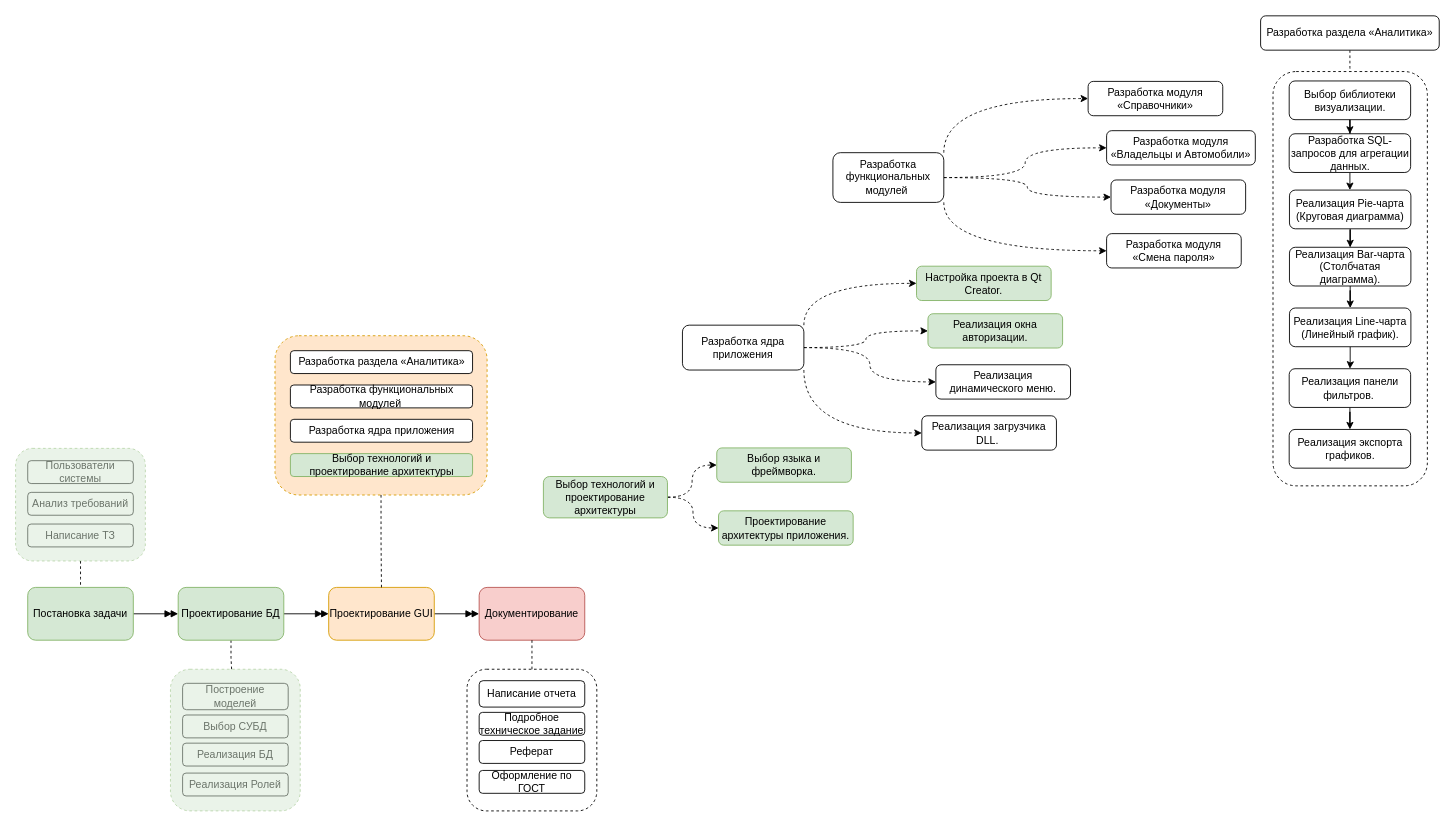
Above: page "БД_Курсовая" (6 of 8) of DB_diagramm.drawio in URETHZ/InfoService_gai (draw.io), before the change. Source tidied: cells renumbered, new cells numbered last; positions are measured from the earlier drawing's top-left corner, leaving out a move shared by most shapes. Both pictures are drawn from the tidied source at 88%, with x=0, y=0 at pixel (15, 15).
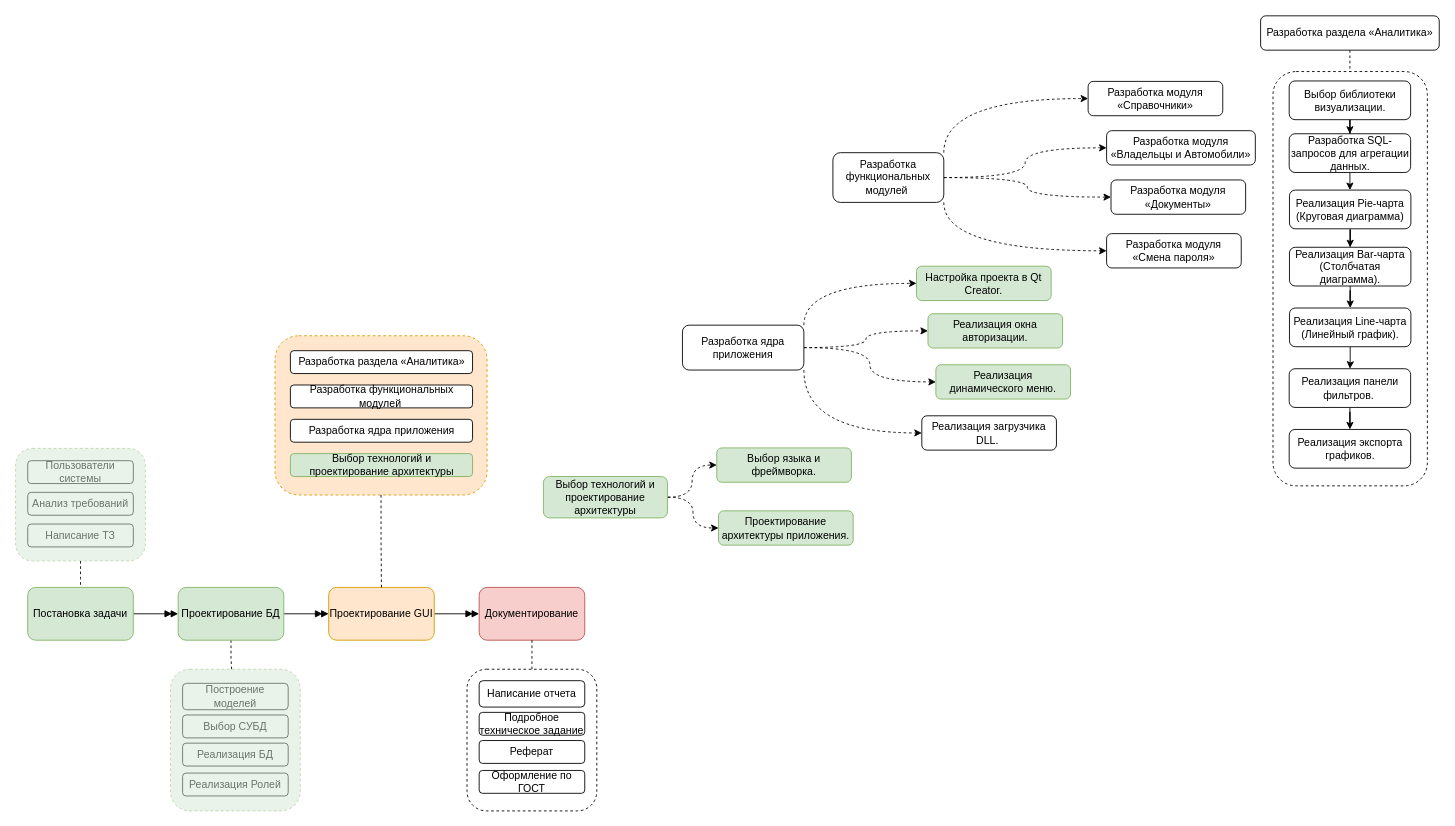
The same page after the edit.

What changed in the source:
```diff
@@
-    <mxCell id="45" value="Реализация динамического меню." style="rounded=1;whiteSpace=wrap;html=1;roundedPerimeter=1;" parent="1" vertex="1">
+    <mxCell id="45" value="Реализация динамического меню." style="rounded=1;whiteSpace=wrap;html=1;roundedPerimeter=1;fillColor=#d5e8d4;strokeColor=#82b366;" parent="1" vertex="1">
       <mxGeometry x="1046" y="397" width="153" height="39" as="geometry" />
     </mxCell>
```
